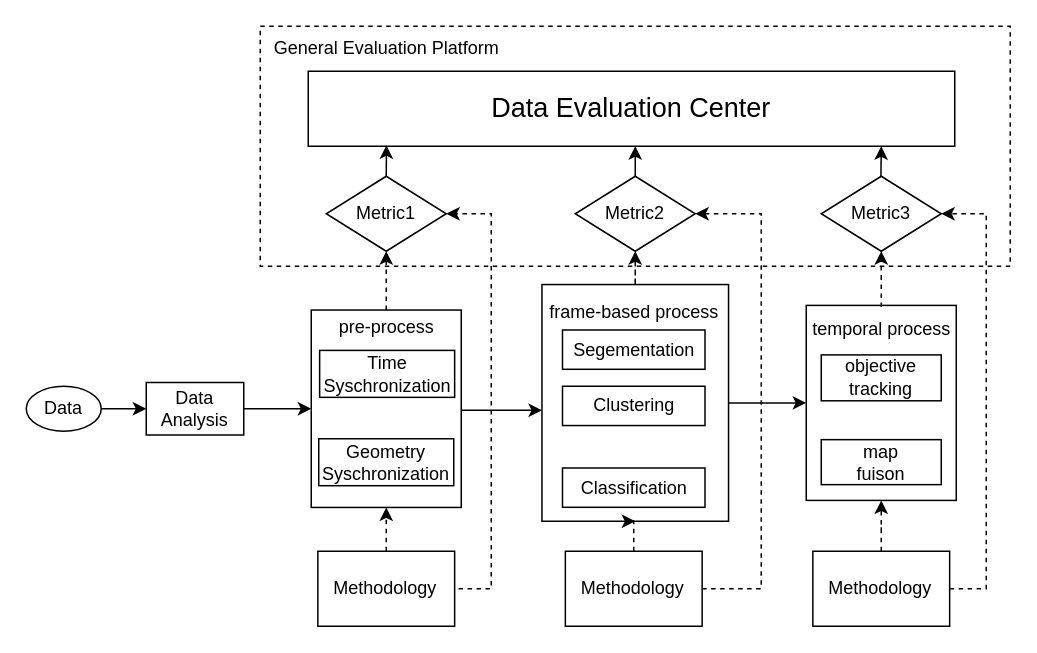
This is 未命名绘图.drawio from cowqer/some-boring-drow.io, a draw.io file, before an edit. Source tidied: cells renumbered, new cells numbered last; positions are measured from the earlier drawing's top-left corner, leaving out a move shared by most shapes. Both pictures are drawn from the tidied source at 150%, with x=0, y=0 at pixel (26, 26).
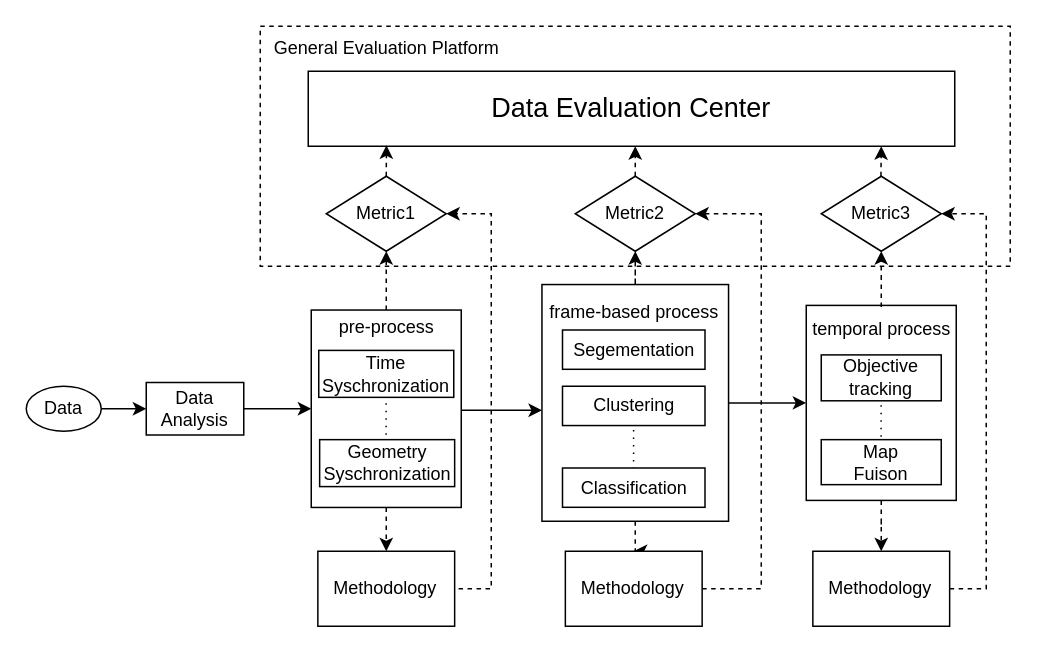
The same diagram, later.

Commit message:
更新未命名绘图.drawio

Unchanged cells that the change refers to:
```xml
<mxCell id="9" style="whiteSpace=wrap;html=1;rounded=0;" parent="1" vertex="1">
  <mxGeometry x="190" y="189.2" width="100" height="131.6" as="geometry" />
</mxCell>
<mxCell id="12" style="whiteSpace=wrap;html=1;rounded=0;" parent="1" vertex="1">
  <mxGeometry x="343.8" y="172.2" width="124.4" height="157.8" as="geometry" />
</mxCell>
<mxCell id="17" style="whiteSpace=wrap;html=1;rounded=0;" parent="1" vertex="1">
  <mxGeometry x="520" y="186.1" width="100" height="130" as="geometry" />
</mxCell>
<mxCell id="23" value="&lt;font style=&quot;font-size: 18px;&quot;&gt;Data Evaluation &lt;font style=&quot;font-size: 18px;&quot;&gt;Center&lt;/font&gt;&lt;/font&gt;" style="rounded=0;whiteSpace=wrap;html=1;" parent="1" vertex="1">
  <mxGeometry x="188" y="30" width="431" height="50" as="geometry" />
</mxCell>
<mxCell id="24" value="Metric1" style="rhombus;whiteSpace=wrap;html=1;rounded=0;" parent="1" vertex="1">
  <mxGeometry x="200" y="100" width="80" height="50" as="geometry" />
</mxCell>
<mxCell id="25" value="Metric2" style="rhombus;whiteSpace=wrap;html=1;rounded=0;" parent="1" vertex="1">
  <mxGeometry x="366" y="100" width="80" height="50" as="geometry" />
</mxCell>
<mxCell id="33" value="Methodology" style="rounded=0;whiteSpace=wrap;html=1;" parent="1" vertex="1">
  <mxGeometry x="359.4" y="350" width="91.2" height="50" as="geometry" />
</mxCell>
<mxCell id="37" value="Methodology" style="rounded=0;whiteSpace=wrap;html=1;" parent="1" vertex="1">
  <mxGeometry x="524.4" y="350" width="91.2" height="50" as="geometry" />
</mxCell>
<mxCell id="38" value="Methodology" style="rounded=0;whiteSpace=wrap;html=1;" parent="1" vertex="1">
  <mxGeometry x="194.4" y="350" width="91.2" height="50" as="geometry" />
</mxCell>
```

What changed in the source:
```diff
@@
+    <mxCell id="42" style="edgeStyle=orthogonalEdgeStyle;rounded=0;jettySize=auto;html=1;dashed=1;" parent="1" edge="1" source="12" target="33">
+      <mxGeometry relative="1" as="geometry" />
+    </mxCell>
@@
+    <mxCell id="43" style="edgeStyle=orthogonalEdgeStyle;rounded=0;jettySize=auto;html=1;dashed=1;" parent="1" edge="1" source="17" target="37">
+      <mxGeometry relative="1" as="geometry" />
+    </mxCell>
@@
-    <mxCell id="18" value="objective tracking" style="rounded=0;whiteSpace=wrap;html=1;" parent="1" vertex="1">
+    <mxCell id="18" value="Objective tracking" style="rounded=0;whiteSpace=wrap;html=1;" parent="1" vertex="1">
       <mxGeometry x="530" y="219.1" width="80" height="30.6" as="geometry" />
     </mxCell>
-    <mxCell id="19" value="map&lt;br&gt;fuison" style="rounded=0;whiteSpace=wrap;html=1;" parent="1" vertex="1">
-      <mxGeometry x="530" y="275.6" width="80" height="30" as="geometry" />
-    </mxCell>
-    <mxCell id="20" value="Classification" style="rounded=0;whiteSpace=wrap;html=1;" parent="1" vertex="1">
-      <mxGeometry x="357.5" y="294.5" width="95" height="26.2" as="geometry" />
-    </mxCell>
@@
-    <mxCell id="27" style="endArrow=classic;html=1;rounded=0;exitX=0.5;exitY=0;exitDx=0;exitDy=0;entryX=0.121;entryY=0.988;entryDx=0;entryDy=0;entryPerimeter=0;" parent="1" edge="1" source="24" target="23">
+    <mxCell id="27" style="endArrow=classic;html=1;rounded=0;exitX=0.5;exitY=0;exitDx=0;exitDy=0;entryX=0.121;entryY=0.988;entryDx=0;entryDy=0;entryPerimeter=0;dashed=1;" parent="1" edge="1" source="24" target="23">
       <mxGeometry relative="1" as="geometry" />
     </mxCell>
-    <mxCell id="28" style="endArrow=classic;html=1;rounded=0;exitX=0.5;exitY=0;exitDx=0;exitDy=0;" parent="1" edge="1" source="25">
+    <mxCell id="28" style="endArrow=classic;html=1;rounded=0;exitX=0.5;exitY=0;exitDx=0;exitDy=0;dashed=1;" parent="1" edge="1" source="25">
       <mxGeometry relative="1" as="geometry">
         <mxPoint x="406" y="80" as="targetPoint" />
       </mxGeometry>
     </mxCell>
-    <mxCell id="29" style="endArrow=classic;html=1;rounded=0;exitX=0.5;exitY=0;exitDx=0;exitDy=0;" parent="1" edge="1">
+    <mxCell id="29" style="endArrow=classic;html=1;rounded=0;exitX=0.5;exitY=0;exitDx=0;exitDy=0;dashed=1;" parent="1" edge="1">
       <mxGeometry relative="1" as="geometry">
         <mxPoint x="569.8" y="100" as="sourcePoint" />
         <mxPoint x="570" y="80" as="targetPoint" />
       </mxGeometry>
     </mxCell>
-    <mxCell id="30" style="edgeStyle=orthogonalEdgeStyle;rounded=0;jettySize=auto;html=1;entryX=0.5;entryY=1;entryDx=0;entryDy=0;dashed=1;" parent="1" edge="1" target="9">
-      <mxGeometry relative="1" as="geometry">
-        <mxPoint x="240" y="350" as="sourcePoint" />
-      </mxGeometry>
+    <mxCell id="30" style="edgeStyle=orthogonalEdgeStyle;rounded=0;jettySize=auto;html=1;entryX=0.5;entryY=0;entryDx=0;entryDy=0;dashed=1;exitX=0.5;exitY=1;exitDx=0;exitDy=0;" parent="1" edge="1" source="9" target="38">
+      <mxGeometry relative="1" as="geometry" />
     </mxCell>
@@
-    <mxCell id="32" style="edgeStyle=orthogonalEdgeStyle;rounded=0;jettySize=auto;html=1;entryX=0.5;entryY=1;entryDx=0;entryDy=0;dashed=1;" parent="1" edge="1" source="33" target="12">
-      <mxGeometry relative="1" as="geometry" />
-    </mxCell>
@@
     <mxCell id="34" value="Time Syschronization" style="rounded=0;whiteSpace=wrap;html=1;" parent="1" vertex="1">
-      <mxGeometry x="195.6" y="216.1" width="90" height="31.3" as="geometry" />
+      <mxGeometry x="195" y="216.1" width="90" height="31.3" as="geometry" />
     </mxCell>
     <mxCell id="35" value="Geometry&lt;br&gt;Syschronization" style="rounded=0;whiteSpace=wrap;html=1;" parent="1" vertex="1">
-      <mxGeometry x="195" y="275" width="90" height="31.3" as="geometry" />
+      <mxGeometry x="195.6" y="275.6" width="90" height="31.3" as="geometry" />
     </mxCell>
-    <mxCell id="36" style="edgeStyle=orthogonalEdgeStyle;rounded=0;jettySize=auto;html=1;entryX=0.5;entryY=1;entryDx=0;entryDy=0;dashed=1;" parent="1" edge="1" source="37" target="17">
-      <mxGeometry relative="1" as="geometry" />
-    </mxCell>
@@
+    <mxCell id="44" style="endArrow=none;dashed=1;html=1;dashPattern=1 4;strokeWidth=1;rounded=1;entryX=0.5;entryY=1;entryDx=0;entryDy=0;curved=0;targetPerimeterSpacing=0;jumpStyle=none;shadow=0;" parent="1" edge="1">
+      <mxGeometry relative="1" as="geometry">
+        <mxPoint x="404.9" y="295.2" as="sourcePoint" />
+        <mxPoint x="404.9" y="266.2" as="targetPoint" />
+      </mxGeometry>
+    </mxCell>
@@
+    <mxCell id="45" style="endArrow=none;dashed=1;html=1;dashPattern=1 4;strokeWidth=1;rounded=1;entryX=0.5;entryY=1;entryDx=0;entryDy=0;curved=0;targetPerimeterSpacing=0;jumpStyle=none;shadow=0;" parent="1" edge="1">
+      <mxGeometry relative="1" as="geometry">
+        <mxPoint x="239.9" y="272.3" as="sourcePoint" />
+        <mxPoint x="239.9" y="249.7" as="targetPoint" />
+      </mxGeometry>
+    </mxCell>
+    <mxCell id="20" value="Classification" style="rounded=0;whiteSpace=wrap;html=1;" parent="1" vertex="1">
+      <mxGeometry x="357.5" y="294.5" width="95" height="26.2" as="geometry" />
+    </mxCell>
+    <mxCell id="46" style="endArrow=none;dashed=1;html=1;dashPattern=1 4;strokeWidth=1;rounded=1;entryX=0.5;entryY=1;entryDx=0;entryDy=0;curved=0;targetPerimeterSpacing=0;jumpStyle=none;shadow=0;" parent="1" edge="1">
+      <mxGeometry relative="1" as="geometry">
+        <mxPoint x="569.9" y="278.7" as="sourcePoint" />
+        <mxPoint x="569.9" y="249.7" as="targetPoint" />
+      </mxGeometry>
+    </mxCell>
+    <mxCell id="19" value="Map&lt;br&gt;Fuison" style="rounded=0;whiteSpace=wrap;html=1;" parent="1" vertex="1">
+      <mxGeometry x="530" y="275.6" width="80" height="30" as="geometry" />
+    </mxCell>
```
